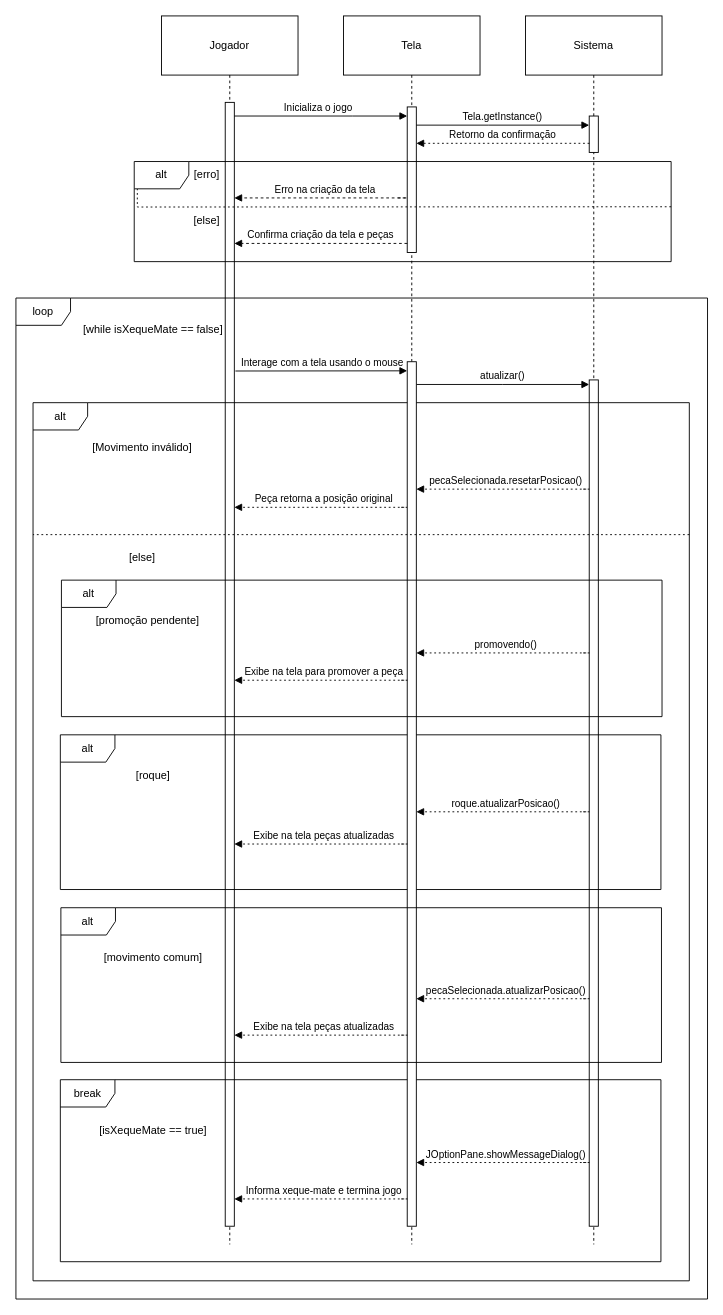
Before: planejamento e documentação/UMLs/Diagrama de Sequencia/Diagrama de Sequencia Trabalho Final Xadrez 1.0.drawio in DanielNaiff/Trabalho-Reginaldo-3, a draw.io diagram. Source tidied: cells renumbered, new cells numbered last; positions are measured from the earlier drawing's top-left corner, leaving out a move shared by most shapes. Both pictures are drawn from the tidied source at 91%, with x=0, y=0 at pixel (15, 15).
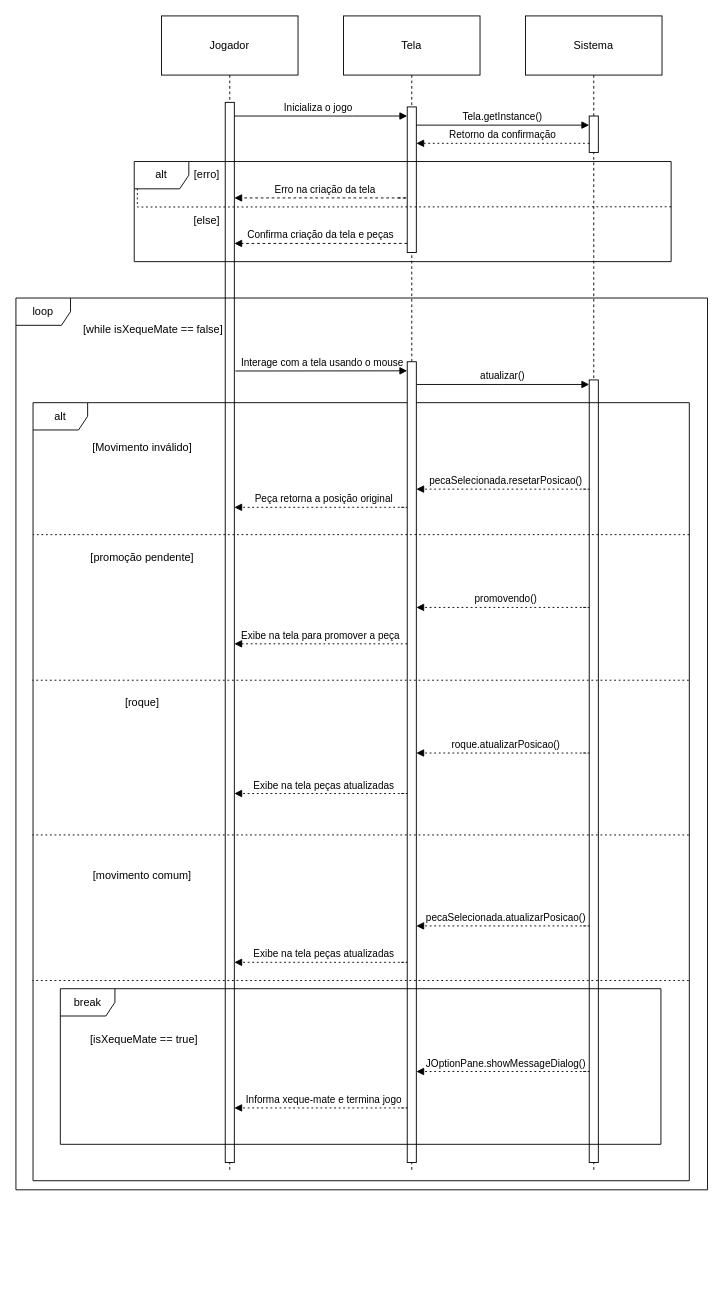
The same diagram, later.

Commit message (it also covers changes not shown here):
Mudança nos fragmentos do diagrama de sequencia UML

The edit, as a diff of the source:
```diff
@@
     <mxCell id="3" value="Jogador" style="shape=umlLifeline;perimeter=lifelinePerimeter;whiteSpace=wrap;outlineConnect=0;portConstraint=eastwest;newEdgeStyle={&quot;edgeStyle&quot;:&quot;elbowEdgeStyle&quot;,&quot;elbow&quot;:&quot;vertical&quot;,&quot;curved&quot;:0,&quot;rounded&quot;:0};size=65;labelBackgroundColor=none;" parent="1" vertex="1">
-      <mxGeometry x="160" width="150" height="1350" as="geometry" />
+      <mxGeometry x="160" width="150" height="1270" as="geometry" />
     </mxCell>
     <mxCell id="4" style="html=1;perimeter=orthogonalPerimeter;targetShapes=umlLifeline;newEdgeStyle={&quot;curved&quot;:0,&quot;rounded&quot;:0};labelBackgroundColor=none;" parent="3" vertex="1">
-      <mxGeometry x="70" y="95" width="10" height="1235" as="geometry" />
+      <mxGeometry x="70" y="95" width="10" height="1165" as="geometry" />
     </mxCell>
     <mxCell id="5" value="Tela" style="shape=umlLifeline;perimeter=lifelinePerimeter;whiteSpace=wrap;newEdgeStyle={&quot;edgeStyle&quot;:&quot;elbowEdgeStyle&quot;,&quot;elbow&quot;:&quot;vertical&quot;,&quot;curved&quot;:0,&quot;rounded&quot;:0};size=65;labelBackgroundColor=none;" parent="1" vertex="1">
-      <mxGeometry x="360" width="150" height="1350" as="geometry" />
+      <mxGeometry x="360" width="150" height="1270" as="geometry" />
     </mxCell>
@@
     <mxCell id="7" value="Sistema" style="shape=umlLifeline;perimeter=lifelinePerimeter;whiteSpace=wrap;newEdgeStyle={&quot;edgeStyle&quot;:&quot;elbowEdgeStyle&quot;,&quot;elbow&quot;:&quot;vertical&quot;,&quot;curved&quot;:0,&quot;rounded&quot;:0};size=65;labelBackgroundColor=none;" parent="1" vertex="1">
-      <mxGeometry x="560" width="150" height="1350" as="geometry" />
+      <mxGeometry x="560" width="150" height="1270" as="geometry" />
     </mxCell>
@@
     <mxCell id="17" value="loop" style="shape=umlFrame;whiteSpace=wrap;html=1;labelBackgroundColor=none;" parent="1" vertex="1">
-      <mxGeometry y="310" width="760" height="1100" as="geometry" />
+      <mxGeometry y="310" width="760" height="980" as="geometry" />
     </mxCell>
@@
     <mxCell id="21" style="html=1;points=[[0,0,0,0,5],[0,1,0,0,-5],[1,0,0,0,5],[1,1,0,0,-5]];perimeter=orthogonalPerimeter;outlineConnect=0;targetShapes=umlLifeline;portConstraint=eastwest;newEdgeStyle={&quot;curved&quot;:0,&quot;rounded&quot;:0};labelBackgroundColor=none;" parent="1" vertex="1">
-      <mxGeometry x="630" y="400" width="10" height="930" as="geometry" />
+      <mxGeometry x="630" y="400" width="10" height="860" as="geometry" />
     </mxCell>
-    <mxCell id="22" value="[else]" style="text;html=1;align=center;verticalAlign=middle;whiteSpace=wrap;rounded=0;" parent="1" vertex="1">
+    <mxCell id="22" value="[promoção pendente]" style="text;html=1;align=center;verticalAlign=middle;whiteSpace=wrap;rounded=0;" parent="1" vertex="1">
       <mxGeometry x="58.8" y="580" width="160" height="30" as="geometry" />
     </mxCell>
-    <mxCell id="23" value="alt" style="shape=umlFrame;whiteSpace=wrap;html=1;labelBackgroundColor=none;" parent="1" vertex="1">
-      <mxGeometry x="48.8" y="790" width="660" height="170" as="geometry" />
-    </mxCell>
-    <mxCell id="24" value="break" style="shape=umlFrame;whiteSpace=wrap;html=1;labelBackgroundColor=none;" parent="1" vertex="1">
-      <mxGeometry x="48.8" y="1169" width="660" height="200" as="geometry" />
-    </mxCell>
@@
     <mxCell id="27" value="alt" style="shape=umlFrame;whiteSpace=wrap;html=1;labelBackgroundColor=none;" parent="1" vertex="1">
-      <mxGeometry x="18.8" y="425" width="721.2" height="965" as="geometry" />
+      <mxGeometry x="18.8" y="425" width="721.2" height="855" as="geometry" />
     </mxCell>
@@
-    <mxCell id="29" value="[promoção pendente]" style="text;html=1;align=center;verticalAlign=middle;whiteSpace=wrap;rounded=0;" parent="1" vertex="1">
-      <mxGeometry x="65" y="650" width="160" height="30" as="geometry" />
-    </mxCell>
     <mxCell id="30" style="html=1;points=[[0,0,0,0,5],[0,1,0,0,-5],[1,0,0,0,5],[1,1,0,0,-5]];perimeter=orthogonalPerimeter;outlineConnect=0;targetShapes=umlLifeline;portConstraint=eastwest;newEdgeStyle={&quot;curved&quot;:0,&quot;rounded&quot;:0};labelBackgroundColor=none;" parent="1" vertex="1">
-      <mxGeometry x="430" y="380" width="10" height="950" as="geometry" />
+      <mxGeometry x="430" y="380" width="10" height="880" as="geometry" />
     </mxCell>
@@
-    <mxCell id="32" value="alt" style="shape=umlFrame;whiteSpace=wrap;html=1;labelBackgroundColor=none;" parent="1" vertex="1">
-      <mxGeometry x="50" y="620" width="660" height="150" as="geometry" />
-    </mxCell>
     <mxCell id="33" value="promovendo()" style="verticalAlign=bottom;edgeStyle=elbowEdgeStyle;elbow=vertical;curved=0;rounded=0;dashed=1;dashPattern=2 3;endArrow=block;labelBackgroundColor=none;fontColor=default;" parent="1" edge="1">
       <mxGeometry relative="1" as="geometry">
-        <mxPoint x="623.3" y="700" as="sourcePoint" />
-        <mxPoint x="440" y="700" as="targetPoint" />
+        <mxPoint x="623.3" y="650" as="sourcePoint" />
+        <mxPoint x="440" y="650" as="targetPoint" />
         <Array as="points">
-          <mxPoint x="630" y="700" />
+          <mxPoint x="630" y="650" />
         </Array>
       </mxGeometry>
     </mxCell>
     <mxCell id="34" value="Exibe na tela para promover a peça" style="verticalAlign=bottom;edgeStyle=elbowEdgeStyle;elbow=vertical;curved=0;rounded=0;dashed=1;dashPattern=2 3;endArrow=block;labelBackgroundColor=none;fontColor=default;" parent="1" edge="1">
       <mxGeometry relative="1" as="geometry">
-        <mxPoint x="423.3" y="730" as="sourcePoint" />
-        <mxPoint x="240" y="730" as="targetPoint" />
+        <mxPoint x="430" y="690" as="sourcePoint" />
+        <mxPoint x="240" y="690" as="targetPoint" />
         <Array as="points">
-          <mxPoint x="430" y="730" />
+          <mxPoint x="406.2" y="690" />
         </Array>
       </mxGeometry>
     </mxCell>
     <mxCell id="35" value="[roque]" style="text;html=1;align=center;verticalAlign=middle;whiteSpace=wrap;rounded=0;" parent="1" vertex="1">
-      <mxGeometry x="71.2" y="820" width="160" height="30" as="geometry" />
+      <mxGeometry x="58.8" y="740" width="160" height="30" as="geometry" />
     </mxCell>
     <mxCell id="36" value="roque.atualizarPosicao()" style="verticalAlign=bottom;edgeStyle=elbowEdgeStyle;elbow=vertical;curved=0;rounded=0;dashed=1;dashPattern=2 3;endArrow=block;labelBackgroundColor=none;fontColor=default;" parent="1" edge="1">
       <mxGeometry relative="1" as="geometry">
-        <mxPoint x="623.3" y="874.6" as="sourcePoint" />
-        <mxPoint x="440" y="874.6" as="targetPoint" />
+        <mxPoint x="623.3" y="810" as="sourcePoint" />
+        <mxPoint x="440" y="810" as="targetPoint" />
         <Array as="points">
-          <mxPoint x="630" y="874.6" />
+          <mxPoint x="630" y="810" />
         </Array>
       </mxGeometry>
     </mxCell>
     <mxCell id="37" value="Exibe na tela peças atualizadas" style="verticalAlign=bottom;edgeStyle=elbowEdgeStyle;elbow=vertical;curved=0;rounded=0;dashed=1;dashPattern=2 3;endArrow=block;labelBackgroundColor=none;fontColor=default;" parent="1" edge="1">
       <mxGeometry relative="1" as="geometry">
-        <mxPoint x="423.3" y="910" as="sourcePoint" />
-        <mxPoint x="240" y="910" as="targetPoint" />
+        <mxPoint x="423.3" y="854.5" as="sourcePoint" />
+        <mxPoint x="240" y="854.5" as="targetPoint" />
         <Array as="points">
-          <mxPoint x="430" y="910" />
+          <mxPoint x="430" y="854.5" />
         </Array>
       </mxGeometry>
     </mxCell>
-    <mxCell id="38" value="alt" style="shape=umlFrame;whiteSpace=wrap;html=1;labelBackgroundColor=none;" parent="1" vertex="1">
-      <mxGeometry x="49.4" y="980" width="660" height="170" as="geometry" />
-    </mxCell>
     <mxCell id="39" value="pecaSelecionada.atualizarPosicao()" style="verticalAlign=bottom;edgeStyle=elbowEdgeStyle;elbow=vertical;curved=0;rounded=0;dashed=1;dashPattern=2 3;endArrow=block;labelBackgroundColor=none;fontColor=default;" parent="1" edge="1">
       <mxGeometry relative="1" as="geometry">
-        <mxPoint x="623.3" y="1080" as="sourcePoint" />
-        <mxPoint x="440" y="1080" as="targetPoint" />
+        <mxPoint x="623.3" y="1000" as="sourcePoint" />
+        <mxPoint x="440" y="1000" as="targetPoint" />
         <Array as="points">
-          <mxPoint x="630" y="1080" />
+          <mxPoint x="630" y="1000" />
         </Array>
       </mxGeometry>
     </mxCell>
     <mxCell id="40" value="[movimento comum]" style="text;html=1;align=center;verticalAlign=middle;whiteSpace=wrap;rounded=0;" parent="1" vertex="1">
-      <mxGeometry x="71.2" y="1020" width="160" height="30" as="geometry" />
+      <mxGeometry x="58.8" y="930" width="160" height="30" as="geometry" />
     </mxCell>
     <mxCell id="41" value="Exibe na tela peças atualizadas" style="verticalAlign=bottom;edgeStyle=elbowEdgeStyle;elbow=vertical;curved=0;rounded=0;dashed=1;dashPattern=2 3;endArrow=block;labelBackgroundColor=none;fontColor=default;" parent="1" edge="1">
       <mxGeometry relative="1" as="geometry">
-        <mxPoint x="423.3" y="1120" as="sourcePoint" />
-        <mxPoint x="240" y="1120" as="targetPoint" />
+        <mxPoint x="423.3" y="1040" as="sourcePoint" />
+        <mxPoint x="240" y="1040" as="targetPoint" />
         <Array as="points">
-          <mxPoint x="430" y="1120" />
+          <mxPoint x="430" y="1040" />
         </Array>
       </mxGeometry>
     </mxCell>
     <mxCell id="42" value="[isXequeMate == true]" style="text;html=1;align=center;verticalAlign=middle;whiteSpace=wrap;rounded=0;" parent="1" vertex="1">
-      <mxGeometry x="71.2" y="1210" width="160" height="30" as="geometry" />
+      <mxGeometry x="61.2" y="1110" width="160" height="30" as="geometry" />
     </mxCell>
     <mxCell id="43" value="JOptionPane.showMessageDialog()" style="verticalAlign=bottom;edgeStyle=elbowEdgeStyle;elbow=vertical;curved=0;rounded=0;dashed=1;dashPattern=2 3;endArrow=block;labelBackgroundColor=none;fontColor=default;" parent="1" edge="1">
       <mxGeometry relative="1" as="geometry">
-        <mxPoint x="623.3" y="1260" as="sourcePoint" />
-        <mxPoint x="440" y="1260" as="targetPoint" />
+        <mxPoint x="623.3" y="1160" as="sourcePoint" />
+        <mxPoint x="440" y="1160" as="targetPoint" />
         <Array as="points">
-          <mxPoint x="630" y="1260" />
+          <mxPoint x="630" y="1160" />
         </Array>
       </mxGeometry>
     </mxCell>
     <mxCell id="44" value="Informa xeque-mate e termina jogo" style="verticalAlign=bottom;edgeStyle=elbowEdgeStyle;elbow=vertical;curved=0;rounded=0;dashed=1;dashPattern=2 3;endArrow=block;labelBackgroundColor=none;fontColor=default;" parent="1" edge="1">
       <mxGeometry relative="1" as="geometry">
-        <mxPoint x="423.3" y="1300" as="sourcePoint" />
-        <mxPoint x="240" y="1300" as="targetPoint" />
+        <mxPoint x="423.3" y="1200" as="sourcePoint" />
+        <mxPoint x="240" y="1200" as="targetPoint" />
         <Array as="points">
-          <mxPoint x="430" y="1300" />
+          <mxPoint x="430" y="1200" />
         </Array>
       </mxGeometry>
     </mxCell>
+    <mxCell id="45" style="verticalAlign=bottom;edgeStyle=elbowEdgeStyle;elbow=vertical;curved=0;rounded=0;dashed=1;dashPattern=2 3;endArrow=none;labelBackgroundColor=none;fontColor=default;startFill=0;entryX=0.001;entryY=0.388;entryDx=0;entryDy=0;entryPerimeter=0;" parent="1" edge="1">
+      <mxGeometry relative="1" as="geometry">
+        <mxPoint x="739.4" y="730" as="sourcePoint" />
+        <mxPoint x="18.1" y="730.4" as="targetPoint" />
+        <Array as="points">
+          <mxPoint x="201.8" y="730" />
+        </Array>
+      </mxGeometry>
+    </mxCell>
+    <mxCell id="46" style="verticalAlign=bottom;edgeStyle=elbowEdgeStyle;elbow=vertical;curved=0;rounded=0;dashed=1;dashPattern=2 3;endArrow=none;labelBackgroundColor=none;fontColor=default;startFill=0;entryX=0.001;entryY=0.388;entryDx=0;entryDy=0;entryPerimeter=0;" parent="1" edge="1">
+      <mxGeometry relative="1" as="geometry">
+        <mxPoint x="739.4" y="900" as="sourcePoint" />
+        <mxPoint x="18.1" y="900.4" as="targetPoint" />
+        <Array as="points">
+          <mxPoint x="201.8" y="900" />
+        </Array>
+      </mxGeometry>
+    </mxCell>
+    <mxCell id="24" value="break" style="shape=umlFrame;whiteSpace=wrap;html=1;labelBackgroundColor=none;" parent="1" vertex="1">
+      <mxGeometry x="48.8" y="1069" width="660" height="171" as="geometry" />
+    </mxCell>
+    <mxCell id="47" style="verticalAlign=bottom;edgeStyle=elbowEdgeStyle;elbow=vertical;curved=0;rounded=0;dashed=1;dashPattern=2 3;endArrow=none;labelBackgroundColor=none;fontColor=default;startFill=0;entryX=0.001;entryY=0.388;entryDx=0;entryDy=0;entryPerimeter=0;" parent="1" edge="1">
+      <mxGeometry relative="1" as="geometry">
+        <mxPoint x="739.4" y="1060" as="sourcePoint" />
+        <mxPoint x="18.1" y="1060.4" as="targetPoint" />
+        <Array as="points">
+          <mxPoint x="201.8" y="1060" />
+        </Array>
+      </mxGeometry>
+    </mxCell>
```
